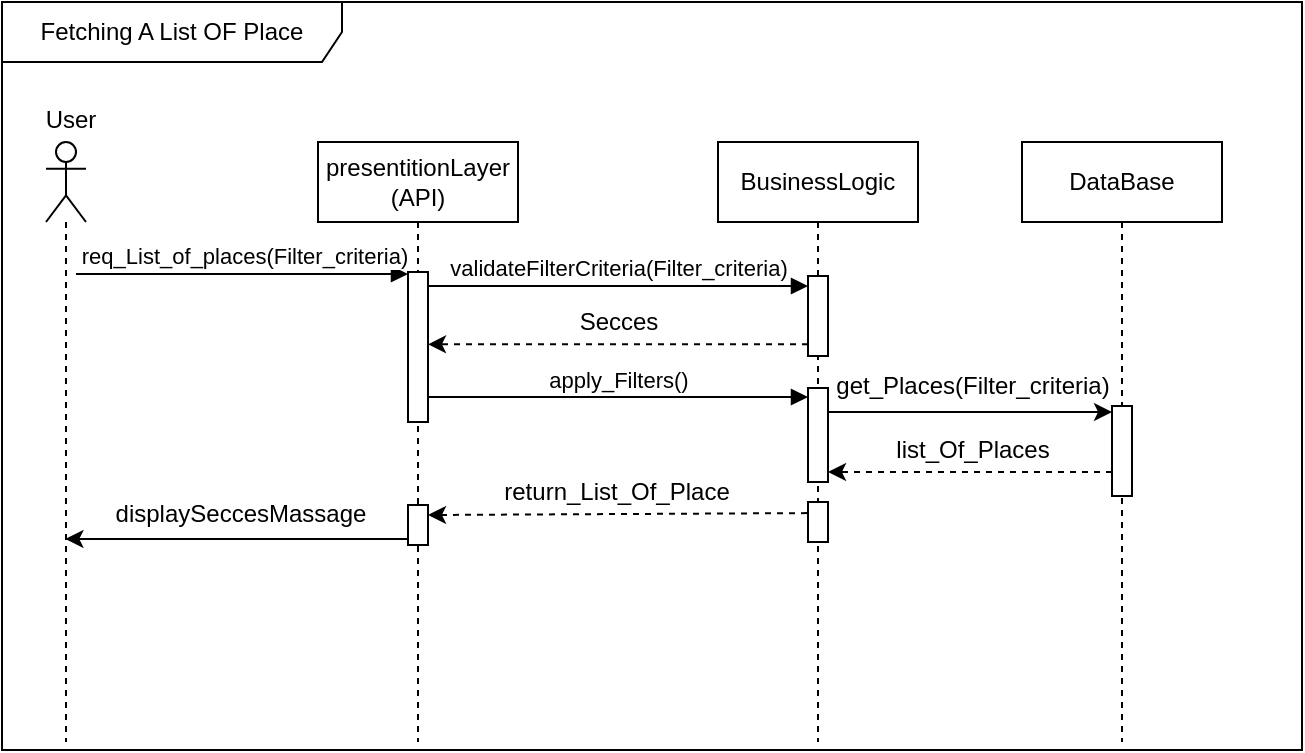
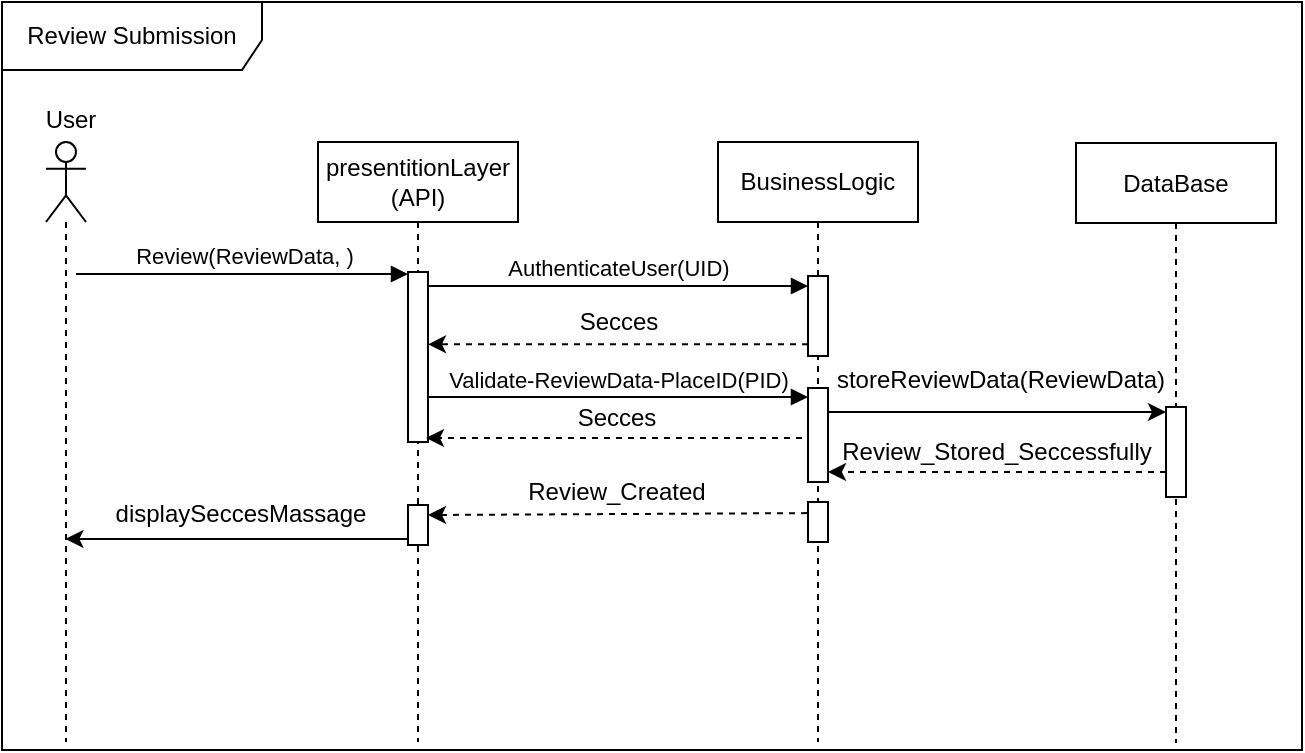
<mxfile host="65bd71144e">
    <diagram id="e5vtAHsq5KcCRn5nqAtC" name="Page-1">
-         <mxGraphModel dx="2773" dy="2633" grid="1" gridSize="10" guides="1" tooltips="1" connect="1" arrows="1" fold="1" page="1" pageScale="1" pageWidth="850" pageHeight="1100" background="#ffffff" math="0" shadow="0">
+         <mxGraphModel dx="-18" dy="1587" grid="1" gridSize="10" guides="1" tooltips="1" connect="1" arrows="1" fold="1" page="1" pageScale="1" pageWidth="850" pageHeight="1100" background="#ffffff" math="0" shadow="0">
            <root>
                <mxCell id="0"/>
                <mxCell id="1" parent="0"/>
-                 <mxCell id="105" value="presentitionLayer&lt;div&gt;(API)&lt;/div&gt;" style="shape=umlLifeline;perimeter=lifelinePerimeter;whiteSpace=wrap;html=1;container=1;dropTarget=0;collapsible=0;recursiveResize=0;outlineConnect=0;portConstraint=eastwest;newEdgeStyle={&quot;edgeStyle&quot;:&quot;elbowEdgeStyle&quot;,&quot;elbow&quot;:&quot;vertical&quot;,&quot;curved&quot;:0,&quot;rounded&quot;:0};" vertex="1" parent="1">
-                     <mxGeometry x="238" y="-370" width="100" height="300" as="geometry"/>
+                 <mxCell id="157" value="presentitionLayer&lt;div&gt;(API)&lt;/div&gt;" style="shape=umlLifeline;perimeter=lifelinePerimeter;whiteSpace=wrap;html=1;container=1;dropTarget=0;collapsible=0;recursiveResize=0;outlineConnect=0;portConstraint=eastwest;newEdgeStyle={&quot;edgeStyle&quot;:&quot;elbowEdgeStyle&quot;,&quot;elbow&quot;:&quot;vertical&quot;,&quot;curved&quot;:0,&quot;rounded&quot;:0};" vertex="1" parent="1">
+                     <mxGeometry x="1078" y="-784" width="100" height="300" as="geometry"/>
                </mxCell>
-                 <mxCell id="106" value="" style="html=1;points=[[0,0,0,0,5],[0,1,0,0,-5],[1,0,0,0,5],[1,1,0,0,-5]];perimeter=orthogonalPerimeter;outlineConnect=0;targetShapes=umlLifeline;portConstraint=eastwest;newEdgeStyle={&quot;curved&quot;:0,&quot;rounded&quot;:0};" vertex="1" parent="105">
-                     <mxGeometry x="45" y="65" width="10" height="75" as="geometry"/>
+                 <mxCell id="158" value="" style="html=1;points=[[0,0,0,0,5],[0,1,0,0,-5],[1,0,0,0,5],[1,1,0,0,-5]];perimeter=orthogonalPerimeter;outlineConnect=0;targetShapes=umlLifeline;portConstraint=eastwest;newEdgeStyle={&quot;curved&quot;:0,&quot;rounded&quot;:0};" vertex="1" parent="157">
+                     <mxGeometry x="45" y="65" width="10" height="85" as="geometry"/>
                </mxCell>
-                 <mxCell id="107" value="" style="html=1;points=[[0,0,0,0,5],[0,1,0,0,-5],[1,0,0,0,5],[1,1,0,0,-5]];perimeter=orthogonalPerimeter;outlineConnect=0;targetShapes=umlLifeline;portConstraint=eastwest;newEdgeStyle={&quot;curved&quot;:0,&quot;rounded&quot;:0};" vertex="1" parent="105">
+                 <mxCell id="159" value="" style="html=1;points=[[0,0,0,0,5],[0,1,0,0,-5],[1,0,0,0,5],[1,1,0,0,-5]];perimeter=orthogonalPerimeter;outlineConnect=0;targetShapes=umlLifeline;portConstraint=eastwest;newEdgeStyle={&quot;curved&quot;:0,&quot;rounded&quot;:0};" vertex="1" parent="157">
                    <mxGeometry x="45" y="181.5" width="10" height="20" as="geometry"/>
                </mxCell>
-                 <mxCell id="108" value="BusinessLogic" style="shape=umlLifeline;perimeter=lifelinePerimeter;whiteSpace=wrap;html=1;container=1;dropTarget=0;collapsible=0;recursiveResize=0;outlineConnect=0;portConstraint=eastwest;newEdgeStyle={&quot;edgeStyle&quot;:&quot;elbowEdgeStyle&quot;,&quot;elbow&quot;:&quot;vertical&quot;,&quot;curved&quot;:0,&quot;rounded&quot;:0};" vertex="1" parent="1">
-                     <mxGeometry x="438" y="-370" width="100" height="300" as="geometry"/>
+                 <mxCell id="160" value="BusinessLogic" style="shape=umlLifeline;perimeter=lifelinePerimeter;whiteSpace=wrap;html=1;container=1;dropTarget=0;collapsible=0;recursiveResize=0;outlineConnect=0;portConstraint=eastwest;newEdgeStyle={&quot;edgeStyle&quot;:&quot;elbowEdgeStyle&quot;,&quot;elbow&quot;:&quot;vertical&quot;,&quot;curved&quot;:0,&quot;rounded&quot;:0};" vertex="1" parent="1">
+                     <mxGeometry x="1278" y="-784" width="100" height="300" as="geometry"/>
                </mxCell>
-                 <mxCell id="109" value="" style="html=1;points=[[0,0,0,0,5],[0,1,0,0,-5],[1,0,0,0,5],[1,1,0,0,-5]];perimeter=orthogonalPerimeter;outlineConnect=0;targetShapes=umlLifeline;portConstraint=eastwest;newEdgeStyle={&quot;curved&quot;:0,&quot;rounded&quot;:0};" vertex="1" parent="108">
+                 <mxCell id="161" value="" style="html=1;points=[[0,0,0,0,5],[0,1,0,0,-5],[1,0,0,0,5],[1,1,0,0,-5]];perimeter=orthogonalPerimeter;outlineConnect=0;targetShapes=umlLifeline;portConstraint=eastwest;newEdgeStyle={&quot;curved&quot;:0,&quot;rounded&quot;:0};" vertex="1" parent="160">
                    <mxGeometry x="45" y="67" width="10" height="40" as="geometry"/>
                </mxCell>
-                 <mxCell id="110" value="" style="shape=umlLifeline;perimeter=lifelinePerimeter;whiteSpace=wrap;html=1;container=1;dropTarget=0;collapsible=0;recursiveResize=0;outlineConnect=0;portConstraint=eastwest;newEdgeStyle={&quot;curved&quot;:0,&quot;rounded&quot;:0};participant=umlActor;" vertex="1" parent="1">
-                     <mxGeometry x="102" y="-370" width="20" height="300" as="geometry"/>
+                 <mxCell id="162" value="" style="shape=umlLifeline;perimeter=lifelinePerimeter;whiteSpace=wrap;html=1;container=1;dropTarget=0;collapsible=0;recursiveResize=0;outlineConnect=0;portConstraint=eastwest;newEdgeStyle={&quot;curved&quot;:0,&quot;rounded&quot;:0};participant=umlActor;" vertex="1" parent="1">
+                     <mxGeometry x="942" y="-784" width="20" height="300" as="geometry"/>
                </mxCell>
-                 <mxCell id="111" value="Fetching A List OF Place" style="shape=umlFrame;whiteSpace=wrap;html=1;pointerEvents=0;width=170;height=30;" vertex="1" parent="1">
-                     <mxGeometry x="80" y="-440" width="650" height="374" as="geometry"/>
+                 <mxCell id="163" value="Review Submission" style="shape=umlFrame;whiteSpace=wrap;html=1;pointerEvents=0;width=130;height=34;" vertex="1" parent="1">
+                     <mxGeometry x="920" y="-854" width="650" height="374" as="geometry"/>
                </mxCell>
-                 <mxCell id="112" value="DataBase" style="shape=umlLifeline;perimeter=lifelinePerimeter;whiteSpace=wrap;html=1;container=1;dropTarget=0;collapsible=0;recursiveResize=0;outlineConnect=0;portConstraint=eastwest;newEdgeStyle={&quot;edgeStyle&quot;:&quot;elbowEdgeStyle&quot;,&quot;elbow&quot;:&quot;vertical&quot;,&quot;curved&quot;:0,&quot;rounded&quot;:0};" vertex="1" parent="1">
-                     <mxGeometry x="590" y="-370" width="100" height="300" as="geometry"/>
+                 <mxCell id="164" value="DataBase" style="shape=umlLifeline;perimeter=lifelinePerimeter;whiteSpace=wrap;html=1;container=1;dropTarget=0;collapsible=0;recursiveResize=0;outlineConnect=0;portConstraint=eastwest;newEdgeStyle={&quot;edgeStyle&quot;:&quot;elbowEdgeStyle&quot;,&quot;elbow&quot;:&quot;vertical&quot;,&quot;curved&quot;:0,&quot;rounded&quot;:0};" vertex="1" parent="1">
+                     <mxGeometry x="1457" y="-783.5" width="100" height="300" as="geometry"/>
                </mxCell>
-                 <mxCell id="113" value="" style="html=1;points=[[0,0,0,0,5],[0,1,0,0,-5],[1,0,0,0,5],[1,1,0,0,-5]];perimeter=orthogonalPerimeter;outlineConnect=0;targetShapes=umlLifeline;portConstraint=eastwest;newEdgeStyle={&quot;curved&quot;:0,&quot;rounded&quot;:0};" vertex="1" parent="112">
+                 <mxCell id="165" value="" style="html=1;points=[[0,0,0,0,5],[0,1,0,0,-5],[1,0,0,0,5],[1,1,0,0,-5]];perimeter=orthogonalPerimeter;outlineConnect=0;targetShapes=umlLifeline;portConstraint=eastwest;newEdgeStyle={&quot;curved&quot;:0,&quot;rounded&quot;:0};" vertex="1" parent="164">
                    <mxGeometry x="45" y="132" width="10" height="45" as="geometry"/>
                </mxCell>
-                 <mxCell id="114" style="edgeStyle=none;html=1;curved=0;rounded=0;" edge="1" parent="1" target="113">
+                 <mxCell id="166" style="edgeStyle=none;html=1;curved=0;rounded=0;" edge="1" parent="1" target="165">
                    <mxGeometry relative="1" as="geometry">
-                         <mxPoint x="493" y="-235" as="sourcePoint"/>
-                         <mxPoint x="693" y="-235" as="targetPoint"/>
+                         <mxPoint x="1333" y="-649" as="sourcePoint"/>
+                         <mxPoint x="1533" y="-649" as="targetPoint"/>
                    </mxGeometry>
                </mxCell>
-                 <mxCell id="115" value="req_List_of_places(Filter_criteria)" style="html=1;verticalAlign=bottom;endArrow=block;curved=0;rounded=0;" edge="1" parent="1" target="106">
+                 <mxCell id="167" value="Review(ReviewData, )" style="html=1;verticalAlign=bottom;endArrow=block;curved=0;rounded=0;" edge="1" parent="1" target="158">
                    <mxGeometry x="0.0044" width="80" relative="1" as="geometry">
-                         <mxPoint x="117" y="-304" as="sourcePoint"/>
-                         <mxPoint x="281" y="-304" as="targetPoint"/>
+                         <mxPoint x="957" y="-718" as="sourcePoint"/>
+                         <mxPoint x="1121" y="-718" as="targetPoint"/>
                        <mxPoint as="offset"/>
                    </mxGeometry>
                </mxCell>
-                 <mxCell id="116" value="validateFilterCriteria(&lt;span style=&quot;color: rgb(0, 0, 0);&quot;&gt;Filter_criteria&lt;/span&gt;)" style="html=1;verticalAlign=bottom;endArrow=block;curved=0;rounded=0;entryX=0;entryY=0;entryDx=0;entryDy=5;entryPerimeter=0;" edge="1" parent="1" source="106" target="109">
+                 <mxCell id="168" value="AuthenticateUser(UID)" style="html=1;verticalAlign=bottom;endArrow=block;curved=0;rounded=0;entryX=0;entryY=0;entryDx=0;entryDy=5;entryPerimeter=0;" edge="1" parent="1" source="158" target="161">
                    <mxGeometry x="-0.001" width="80" relative="1" as="geometry">
-                         <mxPoint x="300" y="-298" as="sourcePoint"/>
-                         <mxPoint x="411" y="-298.5" as="targetPoint"/>
+                         <mxPoint x="1140" y="-712" as="sourcePoint"/>
+                         <mxPoint x="1251" y="-712.5" as="targetPoint"/>
                        <mxPoint as="offset"/>
                    </mxGeometry>
                </mxCell>
-                 <mxCell id="117" value="apply_Filters()" style="html=1;verticalAlign=bottom;endArrow=block;curved=0;rounded=0;" edge="1" parent="1">
+                 <mxCell id="169" value="Validate-ReviewData-PlaceID(PID)" style="html=1;verticalAlign=bottom;endArrow=block;curved=0;rounded=0;" edge="1" parent="1">
                    <mxGeometry width="80" relative="1" as="geometry">
-                         <mxPoint x="293" y="-242.5" as="sourcePoint"/>
-                         <mxPoint x="483" y="-242.5" as="targetPoint"/>
+                         <mxPoint x="1133" y="-656.5" as="sourcePoint"/>
+                         <mxPoint x="1323" y="-656.5" as="targetPoint"/>
                    </mxGeometry>
                </mxCell>
-                 <mxCell id="118" style="edgeStyle=none;html=1;curved=0;rounded=0;dashed=1;entryX=1;entryY=1;entryDx=0;entryDy=-5;entryPerimeter=0;" edge="1" parent="1" target="125">
+                 <mxCell id="170" style="edgeStyle=none;html=1;curved=0;rounded=0;dashed=1;entryX=1;entryY=1;entryDx=0;entryDy=-5;entryPerimeter=0;" edge="1" parent="1" source="165" target="177">
                    <mxGeometry relative="1" as="geometry">
-                         <mxPoint x="635" y="-205" as="sourcePoint"/>
-                         <mxPoint x="435" y="-205" as="targetPoint"/>
+                         <mxPoint x="1475" y="-619" as="sourcePoint"/>
+                         <mxPoint x="1275" y="-619" as="targetPoint"/>
                    </mxGeometry>
                </mxCell>
-                 <mxCell id="119" style="edgeStyle=none;html=1;curved=0;rounded=0;dashed=1;entryX=1;entryY=0;entryDx=0;entryDy=5;entryPerimeter=0;" edge="1" parent="1" target="107">
+                 <mxCell id="171" style="edgeStyle=none;html=1;curved=0;rounded=0;dashed=1;entryX=1;entryY=0;entryDx=0;entryDy=5;entryPerimeter=0;" edge="1" parent="1" target="159">
                    <mxGeometry relative="1" as="geometry">
-                         <mxPoint x="482.5" y="-184.45" as="sourcePoint"/>
-                         <mxPoint x="327.5" y="-184.45" as="targetPoint"/>
+                         <mxPoint x="1322.5" y="-598.45" as="sourcePoint"/>
+                         <mxPoint x="1167.5" y="-598.45" as="targetPoint"/>
                    </mxGeometry>
                </mxCell>
-                 <mxCell id="120" value="" style="html=1;points=[[0,0,0,0,5],[0,1,0,0,-5],[1,0,0,0,5],[1,1,0,0,-5]];perimeter=orthogonalPerimeter;outlineConnect=0;targetShapes=umlLifeline;portConstraint=eastwest;newEdgeStyle={&quot;curved&quot;:0,&quot;rounded&quot;:0};" vertex="1" parent="1">
-                     <mxGeometry x="483" y="-190" width="10" height="20" as="geometry"/>
+                 <mxCell id="172" value="" style="html=1;points=[[0,0,0,0,5],[0,1,0,0,-5],[1,0,0,0,5],[1,1,0,0,-5]];perimeter=orthogonalPerimeter;outlineConnect=0;targetShapes=umlLifeline;portConstraint=eastwest;newEdgeStyle={&quot;curved&quot;:0,&quot;rounded&quot;:0};" vertex="1" parent="1">
+                     <mxGeometry x="1323" y="-604" width="10" height="20" as="geometry"/>
                </mxCell>
-                 <mxCell id="121" value="return_List_Of_Place" style="text;html=1;align=center;verticalAlign=middle;resizable=0;points=[];autosize=1;strokeColor=none;fillColor=none;" vertex="1" parent="1">
-                     <mxGeometry x="317" y="-210" width="140" height="30" as="geometry"/>
+                 <mxCell id="173" value="Review_Created" style="text;html=1;align=center;verticalAlign=middle;resizable=0;points=[];autosize=1;strokeColor=none;fillColor=none;" vertex="1" parent="1">
+                     <mxGeometry x="1172" y="-624" width="110" height="30" as="geometry"/>
                </mxCell>
-                 <mxCell id="122" value="User" style="text;html=1;align=center;verticalAlign=middle;resizable=0;points=[];autosize=1;strokeColor=none;fillColor=none;" vertex="1" parent="1">
-                     <mxGeometry x="89" y="-396.5" width="50" height="30" as="geometry"/>
+                 <mxCell id="174" value="User" style="text;html=1;align=center;verticalAlign=middle;resizable=0;points=[];autosize=1;strokeColor=none;fillColor=none;" vertex="1" parent="1">
+                     <mxGeometry x="929" y="-810.5" width="50" height="30" as="geometry"/>
                </mxCell>
-                 <mxCell id="123" value="" style="edgeStyle=none;html=1;curved=0;rounded=0;dashed=1;" edge="1" parent="1" target="106">
+                 <mxCell id="175" value="" style="edgeStyle=none;html=1;curved=0;rounded=0;dashed=1;" edge="1" parent="1" target="158">
                    <mxGeometry relative="1" as="geometry">
-                         <mxPoint x="483" y="-268.86" as="sourcePoint"/>
-                         <mxPoint x="333" y="-268.86" as="targetPoint"/>
+                         <mxPoint x="1323" y="-682.86" as="sourcePoint"/>
+                         <mxPoint x="1173" y="-682.86" as="targetPoint"/>
                    </mxGeometry>
                </mxCell>
-                 <mxCell id="124" value="Secces" style="text;html=1;align=center;verticalAlign=middle;resizable=0;points=[];autosize=1;strokeColor=none;fillColor=none;" vertex="1" parent="1">
-                     <mxGeometry x="358" y="-295" width="60" height="30" as="geometry"/>
+                 <mxCell id="176" value="Secces" style="text;html=1;align=center;verticalAlign=middle;resizable=0;points=[];autosize=1;strokeColor=none;fillColor=none;" vertex="1" parent="1">
+                     <mxGeometry x="1198" y="-709" width="60" height="30" as="geometry"/>
                </mxCell>
-                 <mxCell id="125" value="" style="html=1;points=[[0,0,0,0,5],[0,1,0,0,-5],[1,0,0,0,5],[1,1,0,0,-5]];perimeter=orthogonalPerimeter;outlineConnect=0;targetShapes=umlLifeline;portConstraint=eastwest;newEdgeStyle={&quot;curved&quot;:0,&quot;rounded&quot;:0};" vertex="1" parent="1">
-                     <mxGeometry x="483" y="-247" width="10" height="47" as="geometry"/>
+                 <mxCell id="177" value="" style="html=1;points=[[0,0,0,0,5],[0,1,0,0,-5],[1,0,0,0,5],[1,1,0,0,-5]];perimeter=orthogonalPerimeter;outlineConnect=0;targetShapes=umlLifeline;portConstraint=eastwest;newEdgeStyle={&quot;curved&quot;:0,&quot;rounded&quot;:0};" vertex="1" parent="1">
+                     <mxGeometry x="1323" y="-661" width="10" height="47" as="geometry"/>
                </mxCell>
-                 <mxCell id="126" value="get_Places(Filter_criteria)" style="text;html=1;align=center;verticalAlign=middle;resizable=0;points=[];autosize=1;strokeColor=none;fillColor=none;" vertex="1" parent="1">
-                     <mxGeometry x="485" y="-263.5" width="160" height="30" as="geometry"/>
+                 <mxCell id="178" value="storeReviewData(ReviewData)" style="text;html=1;align=center;verticalAlign=middle;resizable=0;points=[];autosize=1;strokeColor=none;fillColor=none;" vertex="1" parent="1">
+                     <mxGeometry x="1324" y="-680.5" width="190" height="30" as="geometry"/>
                </mxCell>
-                 <mxCell id="127" value="list_Of_Places" style="text;html=1;align=center;verticalAlign=middle;resizable=0;points=[];autosize=1;strokeColor=none;fillColor=none;" vertex="1" parent="1">
-                     <mxGeometry x="515" y="-231" width="100" height="30" as="geometry"/>
+                 <mxCell id="179" value="Review_Stored_Seccessfully" style="text;html=1;align=center;verticalAlign=middle;resizable=0;points=[];autosize=1;strokeColor=none;fillColor=none;" vertex="1" parent="1">
+                     <mxGeometry x="1327" y="-644" width="180" height="30" as="geometry"/>
                </mxCell>
-                 <mxCell id="128" style="edgeStyle=none;html=1;curved=0;rounded=0;" edge="1" parent="1">
+                 <mxCell id="180" style="edgeStyle=none;html=1;curved=0;rounded=0;" edge="1" parent="1">
                    <mxGeometry relative="1" as="geometry">
-                         <mxPoint x="283" y="-171.5" as="sourcePoint"/>
-                         <mxPoint x="111.70000000000005" y="-171.5" as="targetPoint"/>
+                         <mxPoint x="1123" y="-585.5" as="sourcePoint"/>
+                         <mxPoint x="951.7" y="-585.5" as="targetPoint"/>
                    </mxGeometry>
                </mxCell>
-                 <mxCell id="129" value="displaySeccesMassage" style="text;html=1;align=center;verticalAlign=middle;resizable=0;points=[];autosize=1;strokeColor=none;fillColor=none;" vertex="1" parent="1">
-                     <mxGeometry x="124" y="-199.5" width="150" height="30" as="geometry"/>
+                 <mxCell id="181" value="displaySeccesMassage" style="text;html=1;align=center;verticalAlign=middle;resizable=0;points=[];autosize=1;strokeColor=none;fillColor=none;" vertex="1" parent="1">
+                     <mxGeometry x="964" y="-613.5" width="150" height="30" as="geometry"/>
+                 </mxCell>
+                 <mxCell id="182" style="edgeStyle=none;html=1;curved=0;rounded=0;dashed=1;entryX=1;entryY=0;entryDx=0;entryDy=5;entryPerimeter=0;" edge="1" parent="1">
+                     <mxGeometry relative="1" as="geometry">
+                         <mxPoint x="1320" y="-636" as="sourcePoint"/>
+                         <mxPoint x="1132" y="-636" as="targetPoint"/>
+                     </mxGeometry>
+                 </mxCell>
+                 <mxCell id="183" value="Secces" style="text;html=1;align=center;verticalAlign=middle;resizable=0;points=[];autosize=1;strokeColor=none;fillColor=none;" vertex="1" parent="1">
+                     <mxGeometry x="1197" y="-661" width="60" height="30" as="geometry"/>
                </mxCell>
            </root>
        </mxGraphModel>
    </diagram>
</mxfile>
